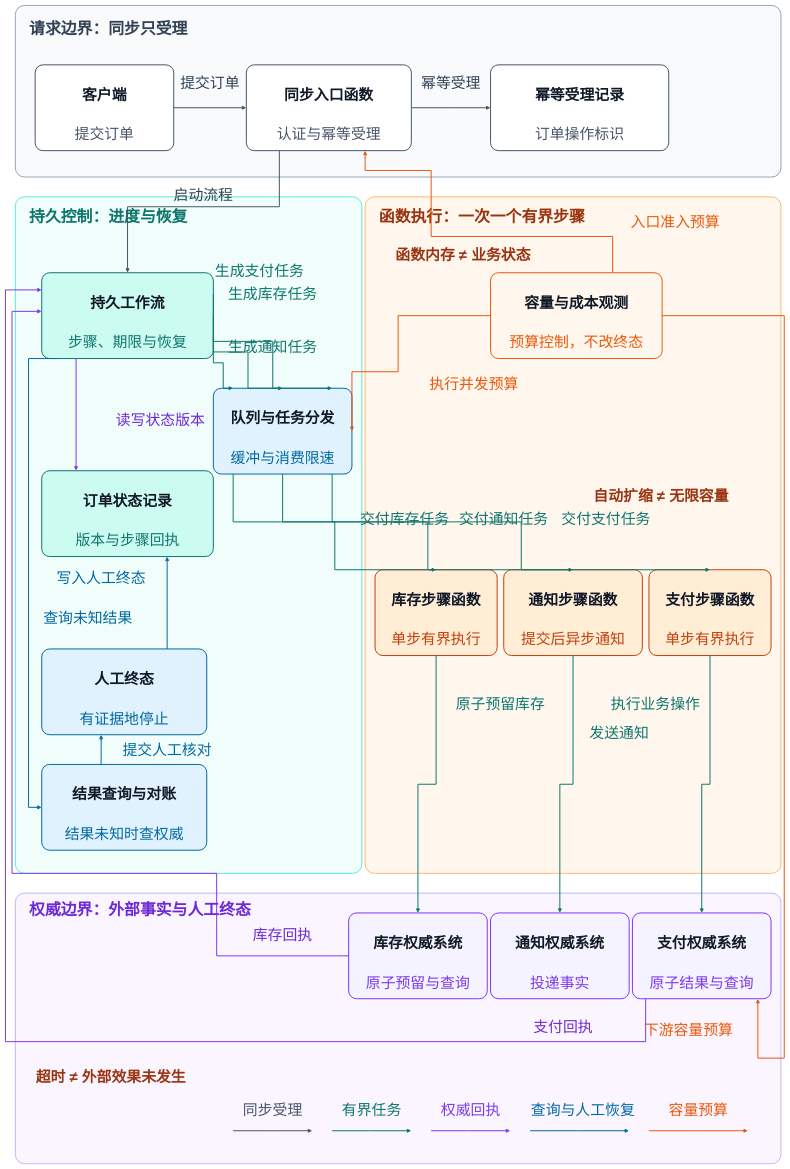
This is diagrams/sty-11-serverless-order-fulfillment.drawio from sealday/tego-arch, a draw.io file, before an edit. Source tidied: cells renumbered, new cells numbered last; positions are measured from the earlier drawing's top-left corner, leaving out a move shared by most shapes. Both pictures are drawn from the tidied source at 33%, with x=0, y=0 at pixel (5, 5).
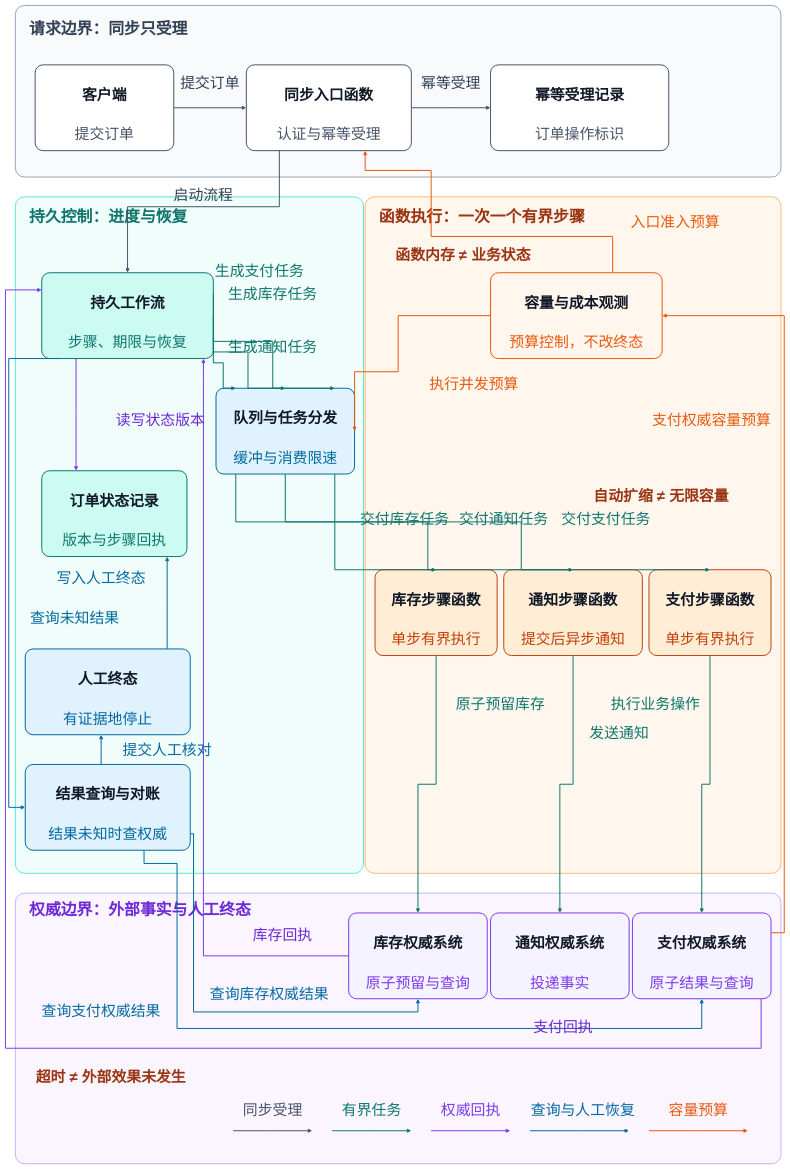
The same diagram, later.

Commit message (it also covers changes not shown here):
fix(g009): correct STY-11 authority topology

The change refers to these unchanged cells:
```xml
<mxCell id="13" style="semanticRole=node-shape;shape=rectangle;rounded=1;absoluteArcSize=1;arcSize=48;fillColor=#CCFBF1;strokeColor=#0F766E;strokeWidth=3;textOpacity=0;" parent="1" vertex="1">
  <mxGeometry x="110" y="810" width="520" height="260" as="geometry" />
</mxCell>
<mxCell id="19" style="semanticRole=node-shape;shape=rectangle;rounded=1;absoluteArcSize=1;arcSize=48;fillColor=#FFF7ED;strokeColor=#EA580C;strokeWidth=3;textOpacity=0;" parent="1" vertex="1">
  <mxGeometry x="1470" y="810" width="520" height="260" as="geometry" />
</mxCell>
<mxCell id="22" style="semanticRole=node-shape;shape=rectangle;rounded=1;absoluteArcSize=1;arcSize=48;fillColor=#F5F3FF;strokeColor=#7C3AED;strokeWidth=3;textOpacity=0;" parent="1" vertex="1">
  <mxGeometry x="1040" y="2750" width="420" height="260" as="geometry" />
</mxCell>
<mxCell id="24" style="semanticRole=node-shape;shape=rectangle;rounded=1;absoluteArcSize=1;arcSize=48;fillColor=#F5F3FF;strokeColor=#7C3AED;strokeWidth=3;textOpacity=0;" parent="1" vertex="1">
  <mxGeometry x="1900" y="2750" width="420" height="260" as="geometry" />
</mxCell>
```

Change to the diagram source:
```diff
@@
     <mxCell id="3" style="semanticRole=region;shape=rectangle;rounded=1;absoluteArcSize=1;arcSize=56;fillColor=#F0FDFA;strokeColor=#5EEAD4;strokeWidth=3;textOpacity=0;" parent="1" vertex="1">
-      <mxGeometry x="30" y="580" width="1050" height="2050" as="geometry" />
+      <mxGeometry x="30" y="580" width="1055" height="2050" as="geometry" />
     </mxCell>
@@
     <mxCell id="14" style="semanticRole=node-shape;shape=rectangle;rounded=1;absoluteArcSize=1;arcSize=48;fillColor=#CCFBF1;strokeColor=#0F766E;strokeWidth=3;textOpacity=0;" parent="1" vertex="1">
-      <mxGeometry x="110" y="1410" width="520" height="260" as="geometry" />
+      <mxGeometry x="110" y="1410" width="440" height="260" as="geometry" />
     </mxCell>
     <mxCell id="15" style="semanticRole=node-shape;shape=rectangle;rounded=1;absoluteArcSize=1;arcSize=48;fillColor=#E0F2FE;strokeColor=#0369A1;strokeWidth=3;textOpacity=0;" parent="1" vertex="1">
-      <mxGeometry x="630" y="1160" width="420" height="260" as="geometry" />
+      <mxGeometry x="638" y="1160" width="420" height="260" as="geometry" />
     </mxCell>
@@
     <mxCell id="20" style="semanticRole=node-shape;shape=rectangle;rounded=1;absoluteArcSize=1;arcSize=48;fillColor=#E0F2FE;strokeColor=#0369A1;strokeWidth=3;textOpacity=0;" parent="1" vertex="1">
-      <mxGeometry x="110" y="1950" width="500" height="260" as="geometry" />
+      <mxGeometry x="60" y="1950" width="500" height="260" as="geometry" />
     </mxCell>
     <mxCell id="21" style="semanticRole=node-shape;shape=rectangle;rounded=1;absoluteArcSize=1;arcSize=48;fillColor=#E0F2FE;strokeColor=#0369A1;strokeWidth=3;textOpacity=0;" parent="1" vertex="1">
-      <mxGeometry x="110" y="2300" width="500" height="260" as="geometry" />
+      <mxGeometry x="60" y="2300" width="500" height="260" as="geometry" />
     </mxCell>
@@
     <mxCell id="33" value="订单状态记录" style="semanticRole=node-title;strokeColor=none;fillColor=none;fontSize=45;fontStyle=1;fontFamily=Arial;fontColor=#111827;align=center;" parent="1" vertex="1">
-      <mxGeometry x="158" y="1460" width="424" height="70" as="geometry" />
+      <mxGeometry x="158" y="1460" width="344" height="70" as="geometry" />
     </mxCell>
     <mxCell id="34" value="版本与步骤回执" style="semanticRole=node-type;strokeColor=none;fillColor=none;fontSize=45;fontFamily=Arial;fontColor=#0F766E;align=center;" parent="1" vertex="1">
-      <mxGeometry x="158" y="1580" width="424" height="70" as="geometry" />
+      <mxGeometry x="158" y="1580" width="344" height="70" as="geometry" />
     </mxCell>
     <mxCell id="35" value="队列与任务分发" style="semanticRole=node-title;strokeColor=none;fillColor=none;fontSize=45;fontStyle=1;fontFamily=Arial;fontColor=#111827;align=center;" parent="1" vertex="1">
-      <mxGeometry x="678" y="1210" width="324" height="70" as="geometry" />
+      <mxGeometry x="686" y="1210" width="324" height="70" as="geometry" />
     </mxCell>
     <mxCell id="36" value="缓冲与消费限速" style="semanticRole=node-type;strokeColor=none;fillColor=none;fontSize=45;fontFamily=Arial;fontColor=#0369A1;align=center;" parent="1" vertex="1">
-      <mxGeometry x="678" y="1330" width="324" height="70" as="geometry" />
+      <mxGeometry x="686" y="1330" width="324" height="70" as="geometry" />
     </mxCell>
@@
     <mxCell id="45" value="人工终态" style="semanticRole=node-title;strokeColor=none;fillColor=none;fontSize=45;fontStyle=1;fontFamily=Arial;fontColor=#111827;align=center;" parent="1" vertex="1">
-      <mxGeometry x="158" y="2000" width="404" height="70" as="geometry" />
+      <mxGeometry x="108" y="2000" width="404" height="70" as="geometry" />
     </mxCell>
     <mxCell id="46" value="有证据地停止" style="semanticRole=node-type;strokeColor=none;fillColor=none;fontSize=45;fontFamily=Arial;fontColor=#0369A1;align=center;" parent="1" vertex="1">
-      <mxGeometry x="158" y="2120" width="404" height="70" as="geometry" />
+      <mxGeometry x="108" y="2120" width="404" height="70" as="geometry" />
     </mxCell>
     <mxCell id="47" value="结果查询与对账" style="semanticRole=node-title;strokeColor=none;fillColor=none;fontSize=45;fontStyle=1;fontFamily=Arial;fontColor=#111827;align=center;" parent="1" vertex="1">
-      <mxGeometry x="158" y="2350" width="404" height="70" as="geometry" />
+      <mxGeometry x="108" y="2350" width="404" height="70" as="geometry" />
     </mxCell>
     <mxCell id="48" value="结果未知时查权威" style="semanticRole=node-type;strokeColor=none;fillColor=none;fontSize=45;fontFamily=Arial;fontColor=#0369A1;align=center;" parent="1" vertex="1">
-      <mxGeometry x="158" y="2470" width="404" height="70" as="geometry" />
+      <mxGeometry x="108" y="2470" width="404" height="70" as="geometry" />
     </mxCell>
@@
-    <mxCell id="64" style="semanticRole=receipt;edgeStyle=orthogonalEdgeStyle;rounded=0;strokeColor=#7C3AED;strokeWidth=3;dashPattern=4 4;endArrow=block;endFill=1;exitX=0.2;exitY=1;exitDx=0;exitDy=0;exitPerimeter=1;entryX=0.2;entryY=0;entryDx=0;entryDy=0;entryPerimeter=1;" parent="1" edge="1" source="13" target="14">
+    <mxCell id="64" style="semanticRole=receipt;edgeStyle=orthogonalEdgeStyle;rounded=0;strokeColor=#7C3AED;strokeWidth=3;dashPattern=4 4;endArrow=block;endFill=1;exitX=0.2;exitY=1;exitDx=0;exitDy=0;exitPerimeter=1;entryX=0.236364;entryY=0;entryDx=0;entryDy=0;entryPerimeter=1;" parent="1" edge="1" source="13" target="14">
       <mxGeometry relative="1" as="geometry">
         <Array as="points">
           <mxPoint x="214" y="1240" />
         </Array>
       </mxGeometry>
     </mxCell>
@@
-    <mxCell id="74" style="semanticRole=receipt;edgeStyle=orthogonalEdgeStyle;rounded=0;strokeColor=#7C3AED;strokeWidth=3;dashPattern=4 4;endArrow=block;endFill=1;exitX=0;exitY=0.5;exitDx=0;exitDy=0;exitPerimeter=1;entryX=0;entryY=0.45;entryDx=0;entryDy=0;entryPerimeter=1;" parent="1" edge="1" source="22" target="13">
+    <mxCell id="74" style="semanticRole=receipt;edgeStyle=orthogonalEdgeStyle;rounded=0;strokeColor=#7C3AED;strokeWidth=3;dashPattern=4 4;endArrow=block;endFill=1;exitX=0;exitY=0.5;exitDx=0;exitDy=0;exitPerimeter=1;entryX=0.942308;entryY=1;entryDx=0;entryDy=0;entryPerimeter=1;" parent="1" edge="1" source="22" target="13">
       <mxGeometry relative="1" as="geometry">
         <Array as="points">
-          <mxPoint x="640" y="2880" />
-          <mxPoint x="640" y="2630" />
-          <mxPoint x="20" y="2630" />
-          <mxPoint x="20" y="927" />
+          <mxPoint x="600" y="2880" />
+          <mxPoint x="600" y="1140" />
         </Array>
       </mxGeometry>
     </mxCell>
-    <mxCell id="75" style="semanticRole=receipt;edgeStyle=orthogonalEdgeStyle;rounded=0;strokeColor=#7C3AED;strokeWidth=3;dashPattern=4 4;endArrow=block;endFill=1;exitX=0.095238;exitY=1;exitDx=0;exitDy=0;exitPerimeter=1;entryX=0;entryY=0.2;entryDx=0;entryDy=0;entryPerimeter=1;" parent="1" edge="1" source="24" target="13">
+    <mxCell id="75" style="semanticRole=receipt;edgeStyle=orthogonalEdgeStyle;rounded=0;strokeColor=#7C3AED;strokeWidth=3;dashPattern=4 4;endArrow=block;endFill=1;exitX=0.928571;exitY=1;exitDx=0;exitDy=0;exitPerimeter=1;entryX=0;entryY=0.2;entryDx=0;entryDy=0;entryPerimeter=1;" parent="1" edge="1" source="24" target="13">
       <mxGeometry relative="1" as="geometry">
         <Array as="points">
-          <mxPoint x="1940" y="3140" />
-          <mxPoint y="3140" />
+          <mxPoint x="2290" y="3160" />
+          <mxPoint y="3160" />
           <mxPoint y="862" />
         </Array>
       </mxGeometry>
     </mxCell>
     <mxCell id="76" style="semanticRole=recovery;edgeStyle=orthogonalEdgeStyle;rounded=0;strokeColor=#0369A1;strokeWidth=3;dashPattern=10 5 2 5;endArrow=block;endFill=1;exitX=0.1;exitY=1;exitDx=0;exitDy=0;exitPerimeter=1;entryX=0;entryY=0.5;entryDx=0;entryDy=0;entryPerimeter=1;" parent="1" edge="1" source="13" target="21">
       <mxGeometry relative="1" as="geometry">
         <Array as="points">
-          <mxPoint x="70" y="1070" />
-          <mxPoint x="70" y="2430" />
+          <mxPoint x="10" y="1070" />
+          <mxPoint x="10" y="2430" />
         </Array>
       </mxGeometry>
     </mxCell>
+    <mxCell id="123" style="semanticRole=recovery;edgeStyle=orthogonalEdgeStyle;rounded=0;strokeColor=#0369A1;strokeWidth=3;dashPattern=10 5 2 5;endArrow=block;endFill=1;exitX=0.72;exitY=1;exitDx=0;exitDy=0;exitPerimeter=1;entryX=0.5;entryY=1;entryDx=0;entryDy=0;entryPerimeter=1;" parent="1" edge="1" source="21" target="24">
+      <mxGeometry relative="1" as="geometry">
+        <Array as="points">
+          <mxPoint x="420" y="2600" />
+          <mxPoint x="520" y="2600" />
+          <mxPoint x="520" y="3100" />
+          <mxPoint x="2110" y="3100" />
+        </Array>
+      </mxGeometry>
+    </mxCell>
+    <mxCell id="124" style="semanticRole=recovery;edgeStyle=orthogonalEdgeStyle;rounded=0;strokeColor=#0369A1;strokeWidth=3;dashPattern=10 5 2 5;endArrow=block;endFill=1;exitX=1;exitY=0.807692;exitDx=0;exitDy=0;exitPerimeter=1;entryX=0.5;entryY=1;entryDx=0;entryDy=0;entryPerimeter=1;" parent="1" edge="1" source="21" target="22">
+      <mxGeometry relative="1" as="geometry">
+        <Array as="points">
+          <mxPoint x="570" y="2510" />
+          <mxPoint x="570" y="3050" />
+          <mxPoint x="1250" y="3050" />
+        </Array>
+      </mxGeometry>
+    </mxCell>
-    <mxCell id="77" style="semanticRole=recovery;edgeStyle=orthogonalEdgeStyle;rounded=0;strokeColor=#0369A1;strokeWidth=3;dashPattern=10 5 2 5;endArrow=block;endFill=1;exitX=0.36;exitY=0;exitDx=0;exitDy=0;exitPerimeter=1;entryX=0.36;entryY=1;entryDx=0;entryDy=0;entryPerimeter=1;" parent="1" edge="1" source="21" target="20">
+    <mxCell id="77" style="semanticRole=recovery;edgeStyle=orthogonalEdgeStyle;rounded=0;strokeColor=#0369A1;strokeWidth=3;dashPattern=10 5 2 5;endArrow=block;endFill=1;exitX=0.46;exitY=0;exitDx=0;exitDy=0;exitPerimeter=1;entryX=0.46;entryY=1;entryDx=0;entryDy=0;entryPerimeter=1;" parent="1" edge="1" source="21" target="20">
       <mxGeometry relative="1" as="geometry">
         <Array as="points">
           <mxPoint x="290" y="2255" />
         </Array>
       </mxGeometry>
     </mxCell>
-    <mxCell id="78" style="semanticRole=recovery;edgeStyle=orthogonalEdgeStyle;rounded=0;strokeColor=#0369A1;strokeWidth=3;dashPattern=10 5 2 5;endArrow=block;endFill=1;exitX=0.76;exitY=0;exitDx=0;exitDy=0;exitPerimeter=1;entryX=0.730769;entryY=1;entryDx=0;entryDy=0;entryPerimeter=1;" parent="1" edge="1" source="20" target="14">
+    <mxCell id="78" style="semanticRole=recovery;edgeStyle=orthogonalEdgeStyle;rounded=0;strokeColor=#0369A1;strokeWidth=3;dashPattern=10 5 2 5;endArrow=block;endFill=1;exitX=0.86;exitY=0;exitDx=0;exitDy=0;exitPerimeter=1;entryX=0.863636;entryY=1;entryDx=0;entryDy=0;entryPerimeter=1;" parent="1" edge="1" source="20" target="14">
       <mxGeometry relative="1" as="geometry">
         <Array as="points">
           <mxPoint x="490" y="1810" />
         </Array>
       </mxGeometry>
     </mxCell>
@@
-    <mxCell id="81" style="semanticRole=budget;edgeStyle=orthogonalEdgeStyle;rounded=0;strokeColor=#EA580C;strokeWidth=3;dashPattern=8 6;endArrow=block;endFill=1;exitX=1;exitY=0.5;exitDx=0;exitDy=0;exitPerimeter=1;entryX=0.904762;entryY=1;entryDx=0;entryDy=0;entryPerimeter=1;" parent="1" edge="1" source="19" target="24">
+    <mxCell id="81" style="semanticRole=budget;edgeStyle=orthogonalEdgeStyle;rounded=0;strokeColor=#EA580C;strokeWidth=3;dashPattern=8 6;endArrow=block;endFill=1;exitX=1;exitY=0.230769;exitDx=0;exitDy=0;exitPerimeter=1;entryX=1;entryY=0.5;entryDx=0;entryDy=0;entryPerimeter=1;" parent="1" edge="1" source="24" target="19">
       <mxGeometry relative="1" as="geometry">
         <Array as="points">
+          <mxPoint x="2360" y="2810" />
           <mxPoint x="2360" y="940" />
-          <mxPoint x="2360" y="3190" />
-          <mxPoint x="2280" y="3190" />
         </Array>
       </mxGeometry>
     </mxCell>
@@
     <mxCell id="112" value="查询未知结果" style="semanticRole=edge-label;strokeColor=none;fillColor=none;fontSize=45;fontFamily=Arial;fontColor=#0369A1;align=center;" parent="1" vertex="1">
-      <mxGeometry x="70" y="1820" width="360" height="60" as="geometry" />
+      <mxGeometry x="30" y="1820" width="360" height="60" as="geometry" />
     </mxCell>
+    <mxCell id="125" value="查询支付权威结果" style="semanticRole=edge-label;strokeColor=none;fillColor=none;fontSize=45;fontFamily=Arial;fontColor=#0369A1;align=center;" parent="1" vertex="1">
+      <mxGeometry x="110" y="3010" width="360" height="60" as="geometry" />
+    </mxCell>
+    <mxCell id="126" value="查询库存权威结果" style="semanticRole=edge-label;strokeColor=none;fillColor=none;fontSize=45;fontFamily=Arial;fontColor=#0369A1;align=center;" parent="1" vertex="1">
+      <mxGeometry x="620" y="2960" width="360" height="60" as="geometry" />
+    </mxCell>
@@
-    <mxCell id="117" value="下游容量预算" style="semanticRole=edge-label;strokeColor=none;fillColor=none;fontSize=45;fontFamily=Arial;fontColor=#EA580C;align=center;" parent="1" vertex="1">
-      <mxGeometry x="1890" y="3070" width="360" height="60" as="geometry" />
+    <mxCell id="117" value="支付权威容量预算" style="semanticRole=edge-label;strokeColor=none;fillColor=none;fontSize=45;fontFamily=Arial;fontColor=#EA580C;align=center;" parent="1" vertex="1">
+      <mxGeometry x="1960" y="1220" width="360" height="60" as="geometry" />
     </mxCell>
```
